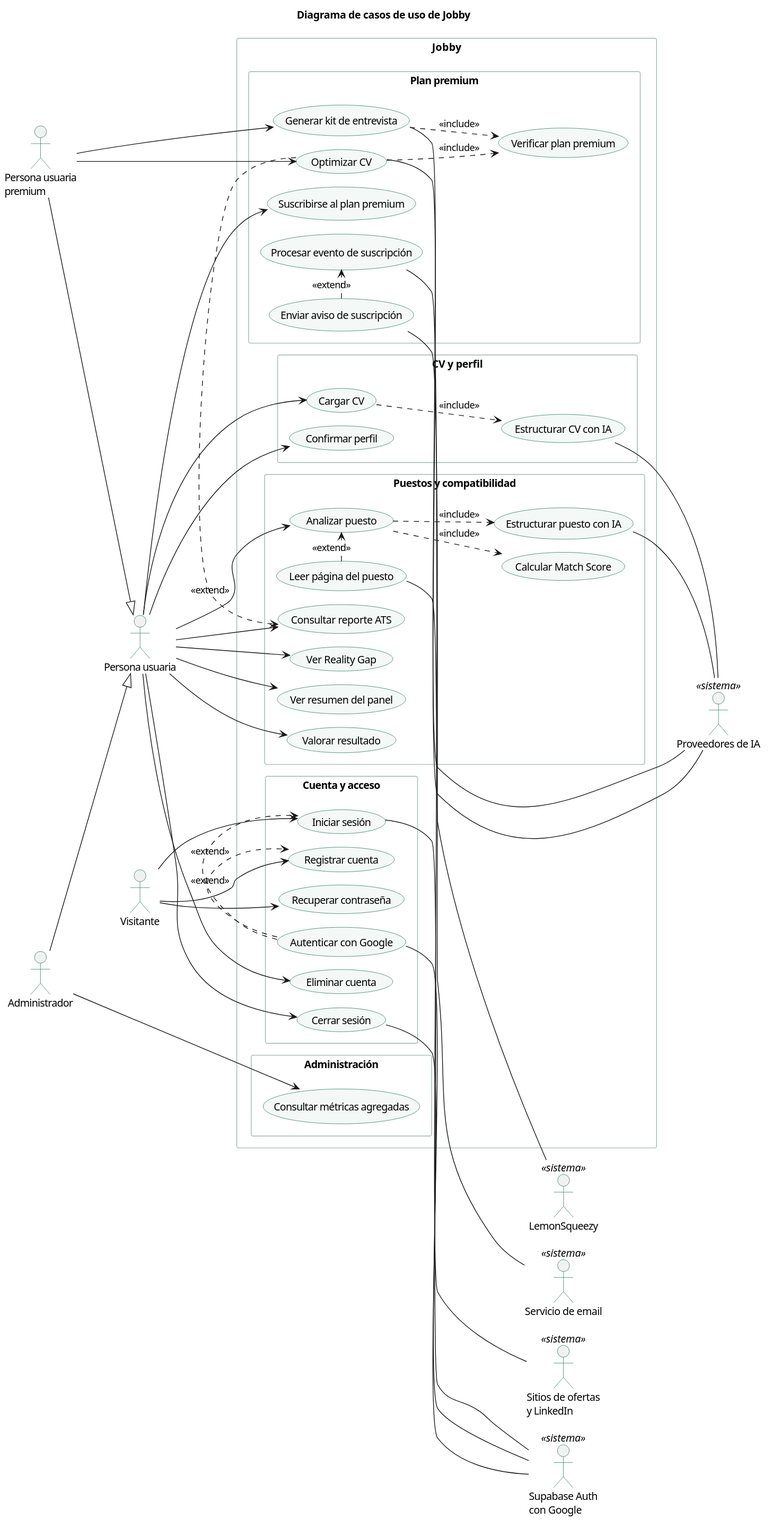
Above: docs/diagramas/casos-de-uso.svg in Buatishi/Jobby (PlantUML), before the change.
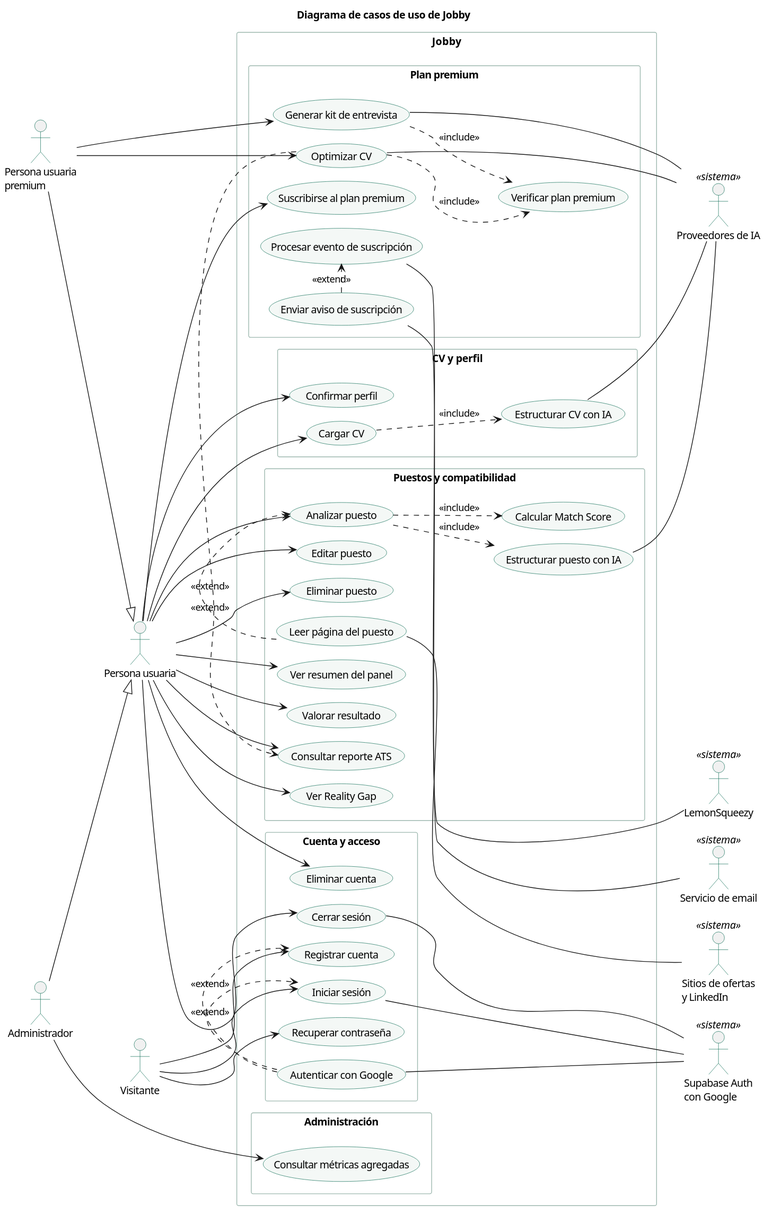
Above is the later version.

Change to the diagram source:
```diff
@@ -36,6 +36,8 @@
   }
   rectangle "Puestos y compatibilidad" {
     usecase "Analizar puesto" as CU08
+    usecase "Editar puesto" as CU25
+    usecase "Eliminar puesto" as CU26
     usecase "Leer página del puesto" as CU09
     usecase "Estructurar puesto con IA" as CU10
     usecase "Calcular Match Score" as CU11
@@ -75,6 +77,8 @@
 U --> CU05
 U --> CU07
 U --> CU08
+U --> CU25
+U --> CU26
 U --> CU12
 U --> CU13
 U --> CU17
@@ -96,14 +100,14 @@
 
 A --> CU23
 
-CU02 -- ID
-CU24 -- ID
-CU04 -- ID
+CU02 --- ID
+CU24 --- ID
+CU04 --- ID
 CU06 -- IA
 CU10 -- IA
 CU14 -- IA
 CU15 -- IA
-CU09 -- W
-CU20 -- LS
-CU21 -- EM
+CU09 --- W
+CU20 --- LS
+CU21 --- EM
 @enduml
```
